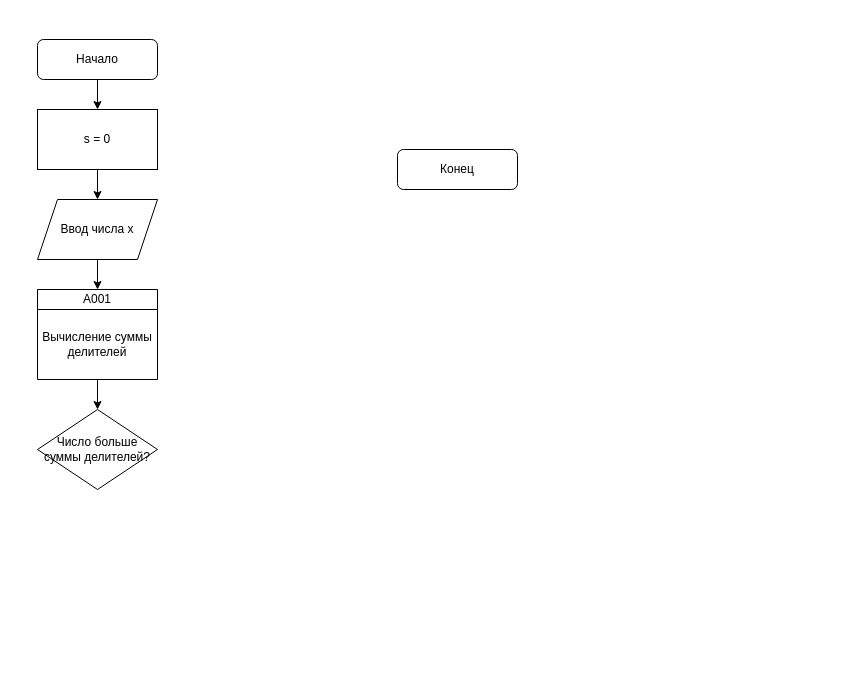
Before: Диаграмма без названия.drawio in DexTver/LAB_01_06, a draw.io diagram. Source tidied: cells renumbered, new cells numbered last; positions are measured from the earlier drawing's top-left corner, leaving out a move shared by most shapes. Both pictures are drawn from the tidied source at 100%, with x=0, y=0 at pixel (37, 39).
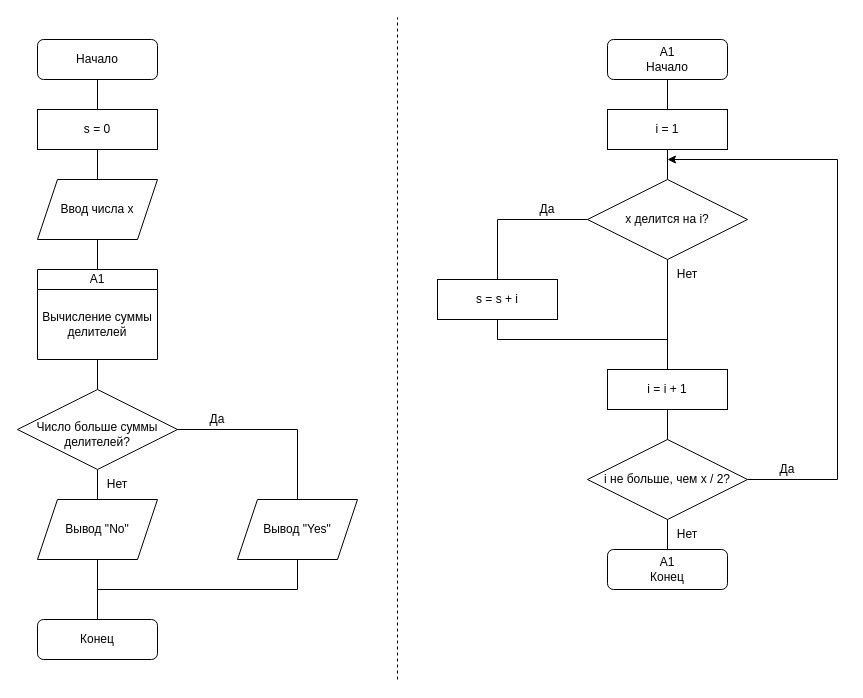
After the change.

Unchanged cells that the change refers to:
```xml
<mxCell id="3" value="Начало" style="rounded=1;whiteSpace=wrap;html=1;fontSize=12;glass=0;strokeWidth=1;shadow=0;" parent="1" vertex="1">
  <mxGeometry width="120" height="40" as="geometry" />
</mxCell>
```

Diff of the diagram source:
```diff
@@
-    <mxCell id="2" style="edgeStyle=orthogonalEdgeStyle;rounded=0;jettySize=auto;html=1;" parent="1" edge="1" source="3" target="8">
+    <mxCell id="2" style="rounded=0;jettySize=auto;html=1;edgeStyle=orthogonalEdgeStyle;endArrow=none;endFill=0;" parent="1" edge="1" source="3" target="8">
       <mxGeometry relative="1" as="geometry" />
     </mxCell>
@@
     <mxCell id="4" value="Конец" style="rounded=1;whiteSpace=wrap;html=1;fontSize=12;glass=0;strokeWidth=1;shadow=0;" parent="1" vertex="1">
-      <mxGeometry x="360" y="110" width="120" height="40" as="geometry" />
+      <mxGeometry y="580" width="120" height="40" as="geometry" />
     </mxCell>
-    <mxCell id="5" style="edgeStyle=orthogonalEdgeStyle;rounded=0;jettySize=auto;html=1;entryX=0.5;entryY=0;entryDx=0;entryDy=0;" parent="1" edge="1" source="6" target="10">
+    <mxCell id="5" style="edgeStyle=orthogonalEdgeStyle;rounded=0;jettySize=auto;html=1;entryX=0.5;entryY=0;entryDx=0;entryDy=0;endArrow=none;endFill=0;" parent="1" edge="1" source="6" target="10">
       <mxGeometry relative="1" as="geometry" />
     </mxCell>
     <mxCell id="6" value="Ввод числа x" style="shape=parallelogram;perimeter=parallelogramPerimeter;whiteSpace=wrap;html=1;fixedSize=1;" parent="1" vertex="1">
-      <mxGeometry y="160" width="120" height="60" as="geometry" />
+      <mxGeometry y="140" width="120" height="60" as="geometry" />
     </mxCell>
-    <mxCell id="7" style="edgeStyle=orthogonalEdgeStyle;rounded=0;jettySize=auto;html=1;" parent="1" edge="1" source="8" target="6">
+    <mxCell id="7" style="edgeStyle=orthogonalEdgeStyle;rounded=0;jettySize=auto;html=1;endArrow=none;endFill=0;" parent="1" edge="1" source="8" target="6">
       <mxGeometry relative="1" as="geometry" />
     </mxCell>
     <mxCell id="8" value="s = 0" style="rounded=0;whiteSpace=wrap;html=1;" parent="1" vertex="1">
-      <mxGeometry y="70" width="120" height="60" as="geometry" />
+      <mxGeometry y="70" width="120" height="40" as="geometry" />
     </mxCell>
-    <mxCell id="9" style="edgeStyle=orthogonalEdgeStyle;rounded=0;jettySize=auto;html=1;" parent="1" edge="1" source="10" target="12">
+    <mxCell id="9" style="edgeStyle=orthogonalEdgeStyle;rounded=0;jettySize=auto;html=1;endArrow=none;endFill=0;" parent="1" edge="1" source="10" target="12">
       <mxGeometry relative="1" as="geometry" />
     </mxCell>
-    <mxCell id="10" value="A001" style="swimlane;fontStyle=0;horizontal=1;startSize=20;whiteSpace=wrap;html=1;" parent="1" vertex="1">
-      <mxGeometry y="250" width="120" height="90" as="geometry" />
+    <mxCell id="10" value="A1" style="swimlane;fontStyle=0;horizontal=1;startSize=20;whiteSpace=wrap;html=1;" parent="1" vertex="1">
+      <mxGeometry y="230" width="120" height="90" as="geometry" />
     </mxCell>
@@
+    <mxCell id="13" style="edgeStyle=orthogonalEdgeStyle;rounded=0;jettySize=auto;html=1;endArrow=none;endFill=0;" parent="1" edge="1" source="12" target="18">
+      <mxGeometry relative="1" as="geometry" />
+    </mxCell>
+    <mxCell id="14" style="edgeStyle=orthogonalEdgeStyle;rounded=0;jettySize=auto;html=1;exitX=1;exitY=0.5;exitDx=0;exitDy=0;entryX=0.5;entryY=0;entryDx=0;entryDy=0;endArrow=none;endFill=0;" parent="1" edge="1" source="12" target="16">
+      <mxGeometry relative="1" as="geometry" />
+    </mxCell>
-    <mxCell id="12" value="&lt;font style=&quot;font-size: 12px;&quot;&gt;Число больше суммы делителей?&lt;/font&gt;" style="rhombus;whiteSpace=wrap;html=1;" parent="1" vertex="1">
-      <mxGeometry y="370" width="120" height="80" as="geometry" />
+    <mxCell id="12" value="&lt;font style=&quot;font-size: 12px;&quot;&gt;Число больше суммы делителей?&lt;/font&gt;" style="rhombus;whiteSpace=wrap;html=1;spacingLeft=15;spacingBottom=0;spacingRight=15;spacingTop=9;" parent="1" vertex="1">
+      <mxGeometry x="-20" y="350" width="160" height="80" as="geometry" />
     </mxCell>
+    <mxCell id="15" style="edgeStyle=orthogonalEdgeStyle;rounded=0;jettySize=auto;html=1;exitX=0.5;exitY=1;exitDx=0;exitDy=0;endArrow=none;endFill=0;" parent="1" edge="1" source="16">
+      <mxGeometry relative="1" as="geometry">
+        <mxPoint x="60" y="550" as="targetPoint" />
+        <Array as="points">
+          <mxPoint x="260" y="550" />
+        </Array>
+      </mxGeometry>
+    </mxCell>
+    <mxCell id="16" value="Вывод &quot;Yes&quot;" style="shape=parallelogram;perimeter=parallelogramPerimeter;whiteSpace=wrap;html=1;fixedSize=1;" parent="1" vertex="1">
+      <mxGeometry x="200" y="460" width="120" height="60" as="geometry" />
+    </mxCell>
+    <mxCell id="17" style="edgeStyle=orthogonalEdgeStyle;rounded=0;jettySize=auto;html=1;exitX=0.5;exitY=1;exitDx=0;exitDy=0;entryX=0.5;entryY=0;entryDx=0;entryDy=0;endArrow=none;endFill=0;" parent="1" edge="1" source="18" target="4">
+      <mxGeometry relative="1" as="geometry" />
+    </mxCell>
+    <mxCell id="18" value="Вывод &quot;No&quot;" style="shape=parallelogram;perimeter=parallelogramPerimeter;whiteSpace=wrap;html=1;fixedSize=1;" parent="1" vertex="1">
+      <mxGeometry y="460" width="120" height="60" as="geometry" />
+    </mxCell>
+    <mxCell id="19" value="Да" style="text;html=1;strokeColor=none;fillColor=none;align=center;verticalAlign=middle;whiteSpace=wrap;rounded=0;" parent="1" vertex="1">
+      <mxGeometry x="150" y="365" width="60" height="30" as="geometry" />
+    </mxCell>
+    <mxCell id="20" style="edgeStyle=orthogonalEdgeStyle;rounded=0;jettySize=auto;html=1;exitX=0.5;exitY=1;exitDx=0;exitDy=0;endArrow=none;endFill=0;" parent="1" edge="1" source="21" target="23">
+      <mxGeometry relative="1" as="geometry" />
+    </mxCell>
+    <mxCell id="21" value="A1&lt;br&gt;Начало" style="rounded=1;whiteSpace=wrap;html=1;" parent="1" vertex="1">
+      <mxGeometry x="570" width="120" height="40" as="geometry" />
+    </mxCell>
+    <mxCell id="22" style="edgeStyle=orthogonalEdgeStyle;rounded=0;jettySize=auto;html=1;exitX=0.5;exitY=1;exitDx=0;exitDy=0;entryX=0.5;entryY=0;entryDx=0;entryDy=0;endArrow=none;endFill=0;" parent="1" edge="1" source="23" target="26">
+      <mxGeometry relative="1" as="geometry" />
+    </mxCell>
+    <mxCell id="23" value="i = 1" style="rounded=0;whiteSpace=wrap;html=1;" parent="1" vertex="1">
+      <mxGeometry x="570" y="70" width="120" height="40" as="geometry" />
+    </mxCell>
+    <mxCell id="24" style="edgeStyle=orthogonalEdgeStyle;rounded=0;jettySize=auto;html=1;exitX=0;exitY=0.5;exitDx=0;exitDy=0;entryX=0.5;entryY=0;entryDx=0;entryDy=0;endArrow=none;endFill=0;" parent="1" edge="1" source="26" target="28">
+      <mxGeometry relative="1" as="geometry" />
+    </mxCell>
+    <mxCell id="25" style="edgeStyle=orthogonalEdgeStyle;rounded=0;jettySize=auto;html=1;exitX=0.5;exitY=1;exitDx=0;exitDy=0;entryX=0.5;entryY=0;entryDx=0;entryDy=0;endArrow=none;endFill=0;" parent="1" edge="1" source="26" target="35">
+      <mxGeometry relative="1" as="geometry" />
+    </mxCell>
+    <mxCell id="26" value="x делится на i?" style="rhombus;whiteSpace=wrap;html=1;" parent="1" vertex="1">
+      <mxGeometry x="550" y="140" width="160" height="80" as="geometry" />
+    </mxCell>
+    <mxCell id="27" style="edgeStyle=orthogonalEdgeStyle;rounded=0;jettySize=auto;html=1;exitX=0.5;exitY=1;exitDx=0;exitDy=0;endArrow=none;endFill=0;" parent="1" edge="1" source="28">
+      <mxGeometry relative="1" as="geometry">
+        <mxPoint x="630" y="300" as="targetPoint" />
+        <Array as="points">
+          <mxPoint x="460" y="300" />
+          <mxPoint x="630" y="300" />
+        </Array>
+      </mxGeometry>
+    </mxCell>
+    <mxCell id="28" value="s = s + i" style="rounded=0;whiteSpace=wrap;html=1;" parent="1" vertex="1">
+      <mxGeometry x="400" y="240" width="120" height="40" as="geometry" />
+    </mxCell>
+    <mxCell id="29" style="edgeStyle=orthogonalEdgeStyle;rounded=0;jettySize=auto;html=1;exitX=1;exitY=0.5;exitDx=0;exitDy=0;" parent="1" edge="1" source="31">
+      <mxGeometry relative="1" as="geometry">
+        <mxPoint x="630" y="120" as="targetPoint" />
+        <Array as="points">
+          <mxPoint x="800" y="440" />
+          <mxPoint x="800" y="120" />
+        </Array>
+      </mxGeometry>
+    </mxCell>
+    <mxCell id="30" style="edgeStyle=orthogonalEdgeStyle;rounded=0;jettySize=auto;html=1;exitX=0.5;exitY=1;exitDx=0;exitDy=0;entryX=0.5;entryY=0;entryDx=0;entryDy=0;endArrow=none;endFill=0;" parent="1" edge="1" source="31" target="32">
+      <mxGeometry relative="1" as="geometry" />
+    </mxCell>
+    <mxCell id="31" value="i не больше, чем x / 2?" style="rhombus;whiteSpace=wrap;html=1;" parent="1" vertex="1">
+      <mxGeometry x="550" y="400" width="160" height="80" as="geometry" />
+    </mxCell>
+    <mxCell id="32" value="A1&lt;br&gt;Конец" style="rounded=1;whiteSpace=wrap;html=1;" parent="1" vertex="1">
+      <mxGeometry x="570" y="510" width="120" height="40" as="geometry" />
+    </mxCell>
+    <mxCell id="33" value="Нет" style="text;html=1;strokeColor=none;fillColor=none;align=center;verticalAlign=middle;whiteSpace=wrap;rounded=0;" parent="1" vertex="1">
+      <mxGeometry x="50" y="430" width="60" height="30" as="geometry" />
+    </mxCell>
+    <mxCell id="34" style="edgeStyle=orthogonalEdgeStyle;rounded=0;jettySize=auto;html=1;endArrow=none;endFill=0;" parent="1" edge="1" source="35" target="31">
+      <mxGeometry relative="1" as="geometry" />
+    </mxCell>
+    <mxCell id="35" value="i = i + 1" style="rounded=0;whiteSpace=wrap;html=1;" parent="1" vertex="1">
+      <mxGeometry x="570" y="330" width="120" height="40" as="geometry" />
+    </mxCell>
+    <mxCell id="36" style="edgeStyle=orthogonalEdgeStyle;rounded=0;orthogonalLoop=1;jettySize=auto;html=1;exitX=0.5;exitY=1;exitDx=0;exitDy=0;" parent="1" edge="1" source="28" target="28">
+      <mxGeometry relative="1" as="geometry" />
+    </mxCell>
+    <mxCell id="37" value="Да" style="text;html=1;strokeColor=none;fillColor=none;align=center;verticalAlign=middle;whiteSpace=wrap;rounded=0;" parent="1" vertex="1">
+      <mxGeometry x="720" y="415" width="60" height="30" as="geometry" />
+    </mxCell>
+    <mxCell id="38" value="Да" style="text;html=1;strokeColor=none;fillColor=none;align=center;verticalAlign=middle;whiteSpace=wrap;rounded=0;" parent="1" vertex="1">
+      <mxGeometry x="480" y="155" width="60" height="30" as="geometry" />
+    </mxCell>
+    <mxCell id="39" value="Нет" style="text;html=1;strokeColor=none;fillColor=none;align=center;verticalAlign=middle;whiteSpace=wrap;rounded=0;" parent="1" vertex="1">
+      <mxGeometry x="620" y="220" width="60" height="30" as="geometry" />
+    </mxCell>
+    <mxCell id="40" value="Нет" style="text;html=1;strokeColor=none;fillColor=none;align=center;verticalAlign=middle;whiteSpace=wrap;rounded=0;" parent="1" vertex="1">
+      <mxGeometry x="620" y="480" width="60" height="30" as="geometry" />
+    </mxCell>
+    <mxCell id="41" style="endArrow=none;dashed=1;html=1;rounded=0;" parent="1" edge="1">
+      <mxGeometry relative="1" as="geometry">
+        <mxPoint x="360" y="640" as="sourcePoint" />
+        <mxPoint x="360" y="-22" as="targetPoint" />
+      </mxGeometry>
+    </mxCell>
```
